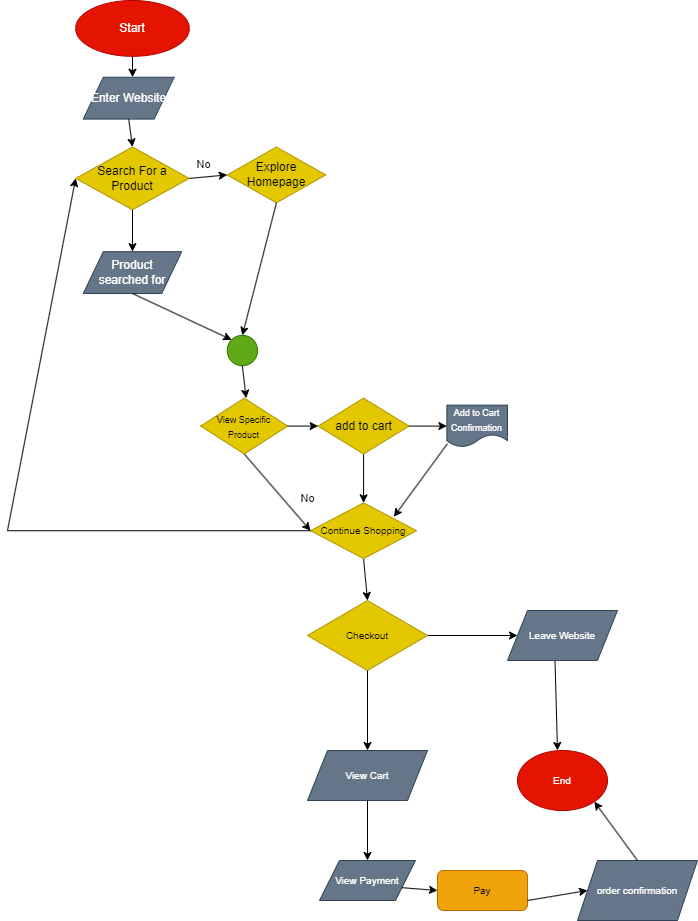
jvtang487/sp24-cse110-lab4 keeps this draw.io diagram as explore/diagramming/diagram.drawio.png. Above is the earlier version. Source tidied: cells renumbered, new cells last; positions are measured from the earlier drawing's top-left corner, leaving out a move shared by most shapes.
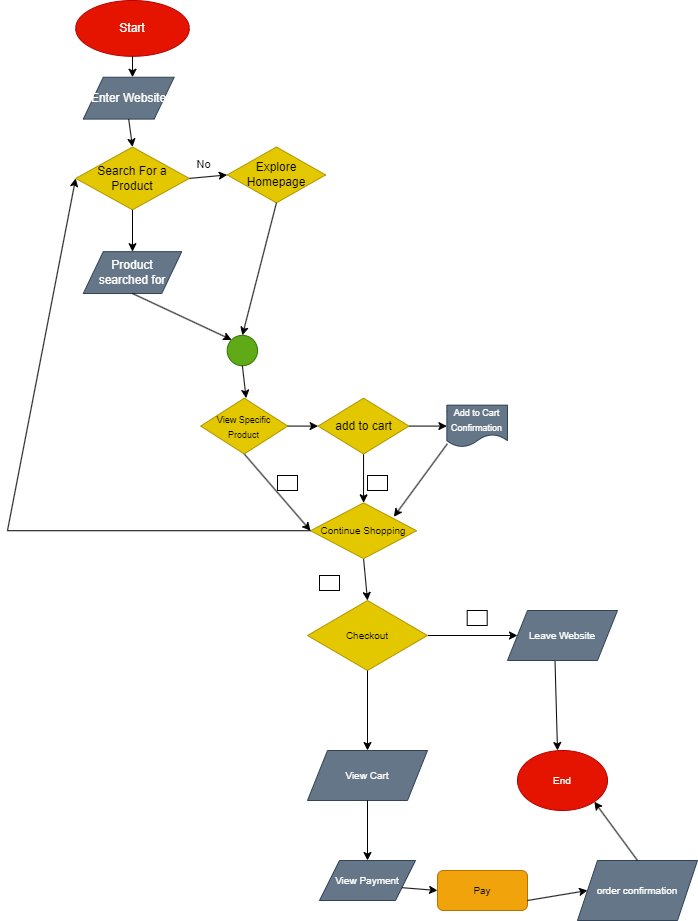
The same diagram one commit later.

The edit, as a diff of the source:
```diff
@@ -144,22 +144,22 @@
     <mxCell id="41" style="endArrow=classic;html=1;fontSize=10;fontColor=#FFFFFF;exitX=1;exitY=0.5;exitDx=0;exitDy=0;entryX=0;entryY=0.5;entryDx=0;entryDy=0;" parent="1" edge="1" source="31" target="34">
       <mxGeometry relative="1" as="geometry" />
     </mxCell>
-    <mxCell id="42" value="No" style="text;html=1;strokeColor=none;fillColor=none;align=center;verticalAlign=middle;whiteSpace=wrap;rounded=0;labelBackgroundColor=default;labelBorderColor=none;fontSize=10;fontColor=#FFFFFF;" parent="1" vertex="1">
-      <mxGeometry x="252" y="472.3" width="60" height="30" as="geometry" />
-    </mxCell>
-    <mxCell id="43" value="No" style="text;html=1;strokeColor=none;fillColor=none;align=center;verticalAlign=middle;whiteSpace=wrap;rounded=0;labelBackgroundColor=default;labelBorderColor=none;fontSize=10;fontColor=#FFFFFF;" parent="1" vertex="1">
-      <mxGeometry x="348" y="460" width="60" height="30" as="geometry" />
-    </mxCell>
-    <mxCell id="44" value="No" style="text;html=1;strokeColor=none;fillColor=none;align=center;verticalAlign=middle;whiteSpace=wrap;rounded=0;labelBackgroundColor=default;labelBorderColor=none;fontSize=10;fontColor=#FFFFFF;" parent="1" vertex="1">
-      <mxGeometry x="310.6" y="560" width="60" height="30" as="geometry" />
-    </mxCell>
-    <mxCell id="45" value="No" style="text;html=1;strokeColor=none;fillColor=none;align=center;verticalAlign=middle;whiteSpace=wrap;rounded=0;labelBackgroundColor=default;labelBorderColor=none;fontSize=10;fontColor=#FFFFFF;" parent="1" vertex="1">
-      <mxGeometry x="430" y="610" width="60" height="30" as="geometry" />
-    </mxCell>
-    <mxCell id="46" value="No" style="edgeLabel;html=1;align=center;verticalAlign=middle;" parent="1" vertex="1">
-      <mxGeometry x="220" y="174.4" as="geometry">
-        <mxPoint x="80" y="323" as="offset" />
-      </mxGeometry>
-    </mxCell>
+    <mxCell id="47" value="No" style="rounded=0;whiteSpace=wrap;html=1;labelBackgroundColor=default;labelBorderColor=none;fontSize=10;fontColor=#FFFFFF;" parent="1" vertex="1">
+      <mxGeometry x="270" y="475" width="20" height="15" as="geometry" />
+    </mxCell>
+    <mxCell id="48" style="edgeStyle=none;html=1;fontSize=10;fontColor=#FFFFFF;" parent="1" edge="1" source="49">
+      <mxGeometry relative="1" as="geometry">
+        <mxPoint x="379.7" y="490" as="targetPoint" />
+      </mxGeometry>
+    </mxCell>
+    <mxCell id="49" value="No" style="rounded=0;whiteSpace=wrap;html=1;labelBackgroundColor=default;labelBorderColor=none;fontSize=10;fontColor=#FFFFFF;" parent="1" vertex="1">
+      <mxGeometry x="360" y="475" width="20" height="15" as="geometry" />
+    </mxCell>
+    <mxCell id="50" value="No" style="rounded=0;whiteSpace=wrap;html=1;labelBackgroundColor=default;labelBorderColor=none;fontSize=10;fontColor=#FFFFFF;" parent="1" vertex="1">
+      <mxGeometry x="312" y="575" width="20" height="15" as="geometry" />
+    </mxCell>
+    <mxCell id="51" value="No" style="rounded=0;whiteSpace=wrap;html=1;labelBackgroundColor=default;labelBorderColor=none;fontSize=10;fontColor=#FFFFFF;" parent="1" vertex="1">
+      <mxGeometry x="459.7" y="610" width="20" height="15" as="geometry" />
+    </mxCell>
   </root>
 </mxGraphModel>
```
